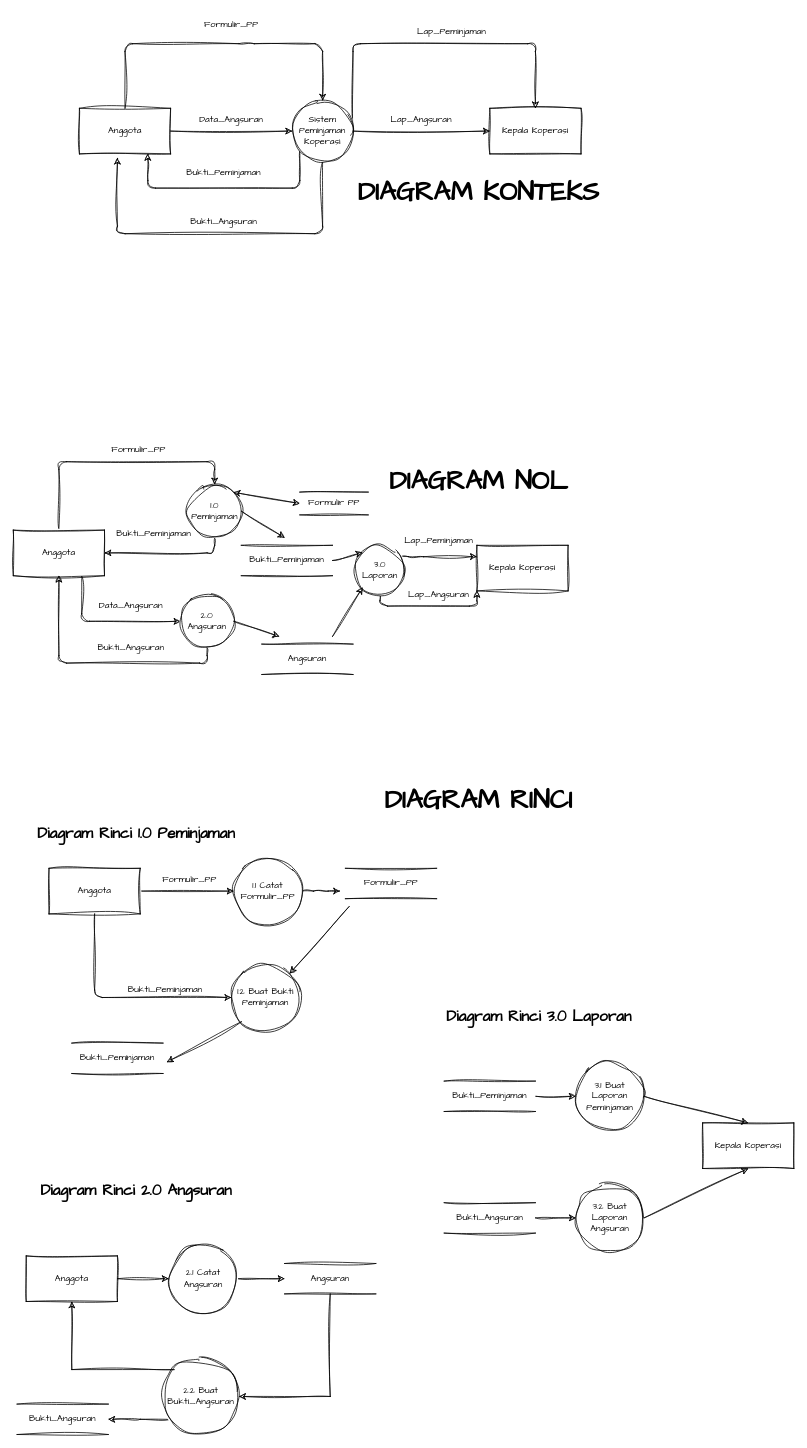
Earlier version of the draw.io diagram RPL_DFD_Prak2_231024.drawio (Suryzw/draw.io). Source tidied: cells renumbered, new cells numbered last; positions are measured from the earlier drawing's top-left corner, leaving out a move shared by most shapes. Both pictures are drawn from the tidied source at 76%, with x=0, y=0 at pixel (13, 13).
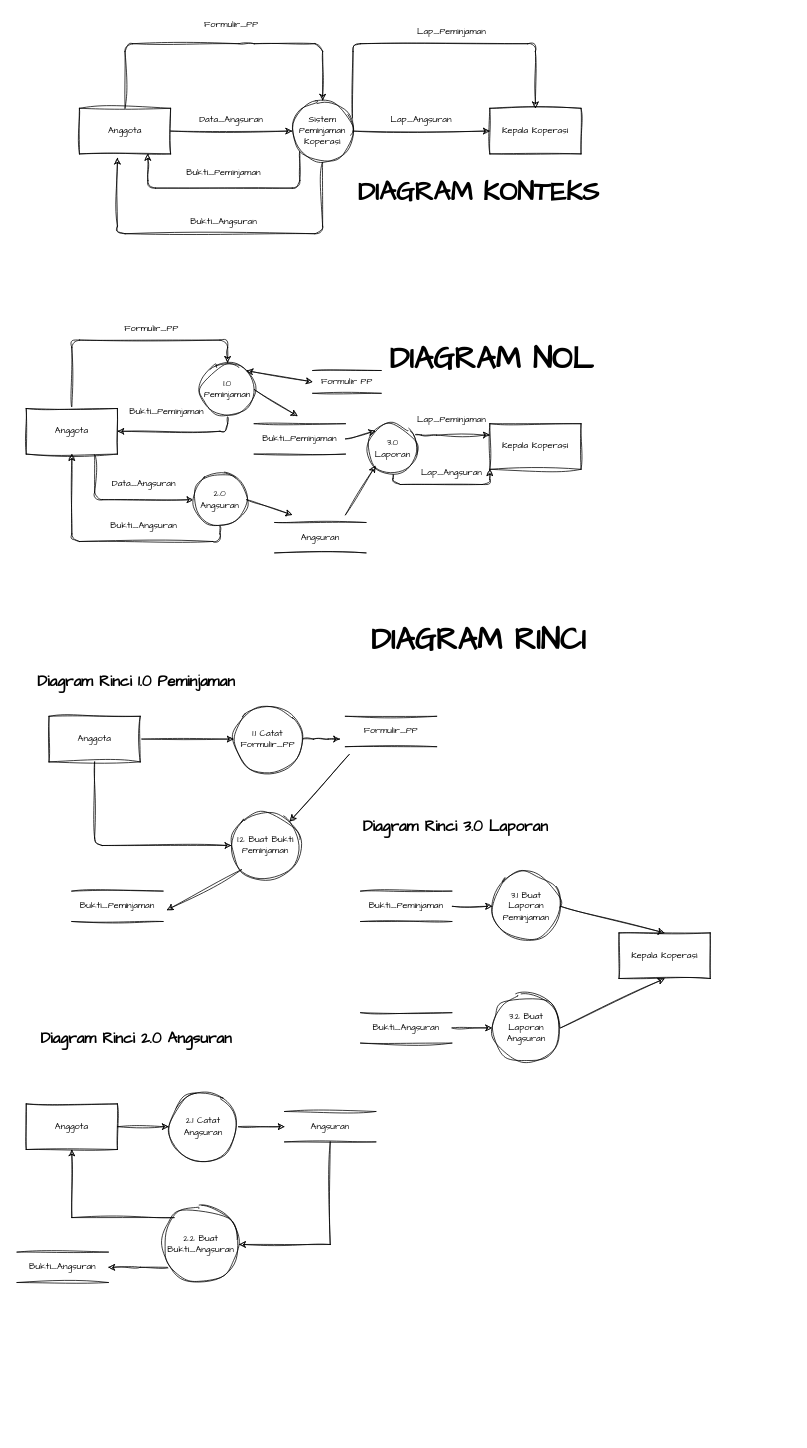
The same diagram, later.

Diff of the diagram source:
```diff
@@
     <mxCell id="17" style="edgeStyle=orthogonalEdgeStyle;rounded=1;sketch=1;hachureGap=4;jiggle=2;curveFitting=1;jettySize=auto;html=1;entryX=1;entryY=0.5;entryDx=0;entryDy=0;fontFamily=Architects Daughter;fontColor=default;labelBackgroundColor=none;" parent="1" edge="1" source="18" target="21">
       <mxGeometry relative="1" as="geometry">
         <Array as="points">
-          <mxPoint x="265" y="710" />
+          <mxPoint x="282" y="550" />
         </Array>
       </mxGeometry>
     </mxCell>
     <mxCell id="18" value="1.0 Peminjaman" style="ellipse;whiteSpace=wrap;html=1;rounded=1;sketch=1;hachureGap=4;jiggle=2;curveFitting=1;fontFamily=Architects Daughter;labelBackgroundColor=none;" parent="1" vertex="1">
-      <mxGeometry x="230" y="620" width="70" height="70" as="geometry" />
+      <mxGeometry x="247" y="460" width="70" height="70" as="geometry" />
     </mxCell>
     <mxCell id="19" style="edgeStyle=orthogonalEdgeStyle;rounded=1;sketch=1;hachureGap=4;jiggle=2;curveFitting=1;jettySize=auto;html=1;fontFamily=Architects Daughter;fontColor=default;entryX=0.5;entryY=0;entryDx=0;entryDy=0;labelBackgroundColor=none;" parent="1" edge="1" source="21" target="18">
       <mxGeometry relative="1" as="geometry">
         <Array as="points">
-          <mxPoint x="60" y="590" />
-          <mxPoint x="265" y="590" />
+          <mxPoint x="77" y="430" />
+          <mxPoint x="282" y="430" />
         </Array>
       </mxGeometry>
     </mxCell>
@@
     <mxCell id="21" value="Anggota" style="rounded=0;whiteSpace=wrap;html=1;sketch=1;hachureGap=4;jiggle=2;curveFitting=1;fontFamily=Architects Daughter;labelBackgroundColor=none;" parent="1" vertex="1">
-      <mxGeometry y="680" width="120" height="60" as="geometry" />
+      <mxGeometry x="17" y="520" width="120" height="60" as="geometry" />
     </mxCell>
     <mxCell id="22" value="Kepala Koperasi" style="rounded=0;whiteSpace=wrap;html=1;sketch=1;hachureGap=4;jiggle=2;curveFitting=1;fontFamily=Architects Daughter;labelBackgroundColor=none;" parent="1" vertex="1">
-      <mxGeometry x="610" y="700" width="120" height="60" as="geometry" />
+      <mxGeometry x="627" y="540" width="120" height="60" as="geometry" />
     </mxCell>
     <mxCell id="23" style="edgeStyle=orthogonalEdgeStyle;rounded=1;sketch=1;hachureGap=4;jiggle=2;curveFitting=1;jettySize=auto;html=1;entryX=0;entryY=0.25;entryDx=0;entryDy=0;fontFamily=Architects Daughter;fontColor=default;labelBackgroundColor=none;" parent="1" edge="1" source="25" target="22">
       <mxGeometry relative="1" as="geometry">
         <Array as="points">
-          <mxPoint x="530" y="715" />
-          <mxPoint x="530" y="715" />
+          <mxPoint x="547" y="555" />
+          <mxPoint x="547" y="555" />
         </Array>
       </mxGeometry>
     </mxCell>
     <mxCell id="24" style="edgeStyle=orthogonalEdgeStyle;rounded=1;sketch=1;hachureGap=4;jiggle=2;curveFitting=1;jettySize=auto;html=1;entryX=0;entryY=1;entryDx=0;entryDy=0;fontFamily=Architects Daughter;fontColor=default;labelBackgroundColor=none;" parent="1" edge="1" source="25" target="22">
       <mxGeometry relative="1" as="geometry">
         <Array as="points">
-          <mxPoint x="483" y="780" />
-          <mxPoint x="610" y="780" />
+          <mxPoint x="500" y="620" />
+          <mxPoint x="627" y="620" />
         </Array>
       </mxGeometry>
     </mxCell>
     <mxCell id="25" value="3.0 Laporan" style="ellipse;whiteSpace=wrap;html=1;rounded=1;sketch=1;hachureGap=4;jiggle=2;curveFitting=1;fontFamily=Architects Daughter;labelBackgroundColor=none;" parent="1" vertex="1">
-      <mxGeometry x="450" y="700" width="65" height="65" as="geometry" />
+      <mxGeometry x="467" y="540" width="65" height="65" as="geometry" />
     </mxCell>
     <mxCell id="26" value="2.0 Angsuran" style="ellipse;whiteSpace=wrap;html=1;rounded=1;sketch=1;hachureGap=4;jiggle=2;curveFitting=1;fontFamily=Architects Daughter;labelBackgroundColor=none;" parent="1" vertex="1">
-      <mxGeometry x="220" y="765" width="70" height="70" as="geometry" />
+      <mxGeometry x="237" y="605" width="70" height="70" as="geometry" />
     </mxCell>
@@
     <mxCell id="28" value="Bukti_Peminjaman" style="text;html=1;align=center;verticalAlign=middle;whiteSpace=wrap;rounded=0;fontFamily=Architects Daughter;labelBackgroundColor=none;" parent="1" vertex="1">
-      <mxGeometry x="155" y="670" width="60" height="30" as="geometry" />
+      <mxGeometry x="172" y="510" width="60" height="30" as="geometry" />
     </mxCell>
     <mxCell id="29" value="Formulir_PP" style="text;html=1;align=center;verticalAlign=middle;whiteSpace=wrap;rounded=0;fontFamily=Architects Daughter;labelBackgroundColor=none;" parent="1" vertex="1">
-      <mxGeometry x="120" y="560" width="90" height="30" as="geometry" />
+      <mxGeometry x="137" y="400" width="90" height="30" as="geometry" />
     </mxCell>
     <mxCell id="30" value="Bukti_Angsuran" style="text;html=1;align=center;verticalAlign=middle;whiteSpace=wrap;rounded=0;fontFamily=Architects Daughter;labelBackgroundColor=none;" parent="1" vertex="1">
-      <mxGeometry x="125" y="820" width="60" height="30" as="geometry" />
+      <mxGeometry x="142" y="660" width="60" height="30" as="geometry" />
     </mxCell>
     <mxCell id="31" value="Data_Angsuran" style="text;html=1;align=center;verticalAlign=middle;whiteSpace=wrap;rounded=0;fontFamily=Architects Daughter;labelBackgroundColor=none;" parent="1" vertex="1">
-      <mxGeometry x="125" y="765" width="60" height="30" as="geometry" />
+      <mxGeometry x="142" y="605" width="60" height="30" as="geometry" />
     </mxCell>
@@
     <mxCell id="33" style="endArrow=classic;html=1;rounded=1;sketch=1;hachureGap=4;jiggle=2;curveFitting=1;fontFamily=Architects Daughter;fontColor=default;exitX=1;exitY=0.5;exitDx=0;exitDy=0;labelBackgroundColor=none;" parent="1" edge="1" source="18">
       <mxGeometry relative="1" as="geometry">
-        <mxPoint x="357" y="690" as="targetPoint" />
+        <mxPoint x="374" y="530" as="targetPoint" />
       </mxGeometry>
     </mxCell>
     <mxCell id="34" style="edgeStyle=orthogonalEdgeStyle;rounded=1;sketch=1;hachureGap=4;jiggle=2;curveFitting=1;orthogonalLoop=1;jettySize=auto;html=1;exitX=0.5;exitY=1;exitDx=0;exitDy=0;fontFamily=Architects Daughter;fontColor=default;labelBackgroundColor=none;" parent="1" edge="1">
       <mxGeometry relative="1" as="geometry">
-        <mxPoint x="415" y="650" as="sourcePoint" />
-        <mxPoint x="415" y="650" as="targetPoint" />
+        <mxPoint x="432" y="490" as="sourcePoint" />
+        <mxPoint x="432" y="490" as="targetPoint" />
       </mxGeometry>
     </mxCell>
     <mxCell id="35" style="endArrow=classic;html=1;rounded=1;sketch=1;hachureGap=4;jiggle=2;curveFitting=1;fontFamily=Architects Daughter;fontColor=default;exitX=1;exitY=0.5;exitDx=0;exitDy=0;entryX=0;entryY=0.5;entryDx=0;entryDy=0;labelBackgroundColor=none;" parent="1" edge="1" source="26">
       <mxGeometry relative="1" as="geometry">
-        <mxPoint x="350" y="820" as="targetPoint" />
+        <mxPoint x="367" y="660" as="targetPoint" />
       </mxGeometry>
     </mxCell>
     <mxCell id="36" value="Lap_Peminjaman" style="text;html=1;align=center;verticalAlign=middle;whiteSpace=wrap;rounded=0;fontFamily=Architects Daughter;labelBackgroundColor=none;" parent="1" vertex="1">
-      <mxGeometry x="530" y="680" width="60" height="30" as="geometry" />
+      <mxGeometry x="547" y="520" width="60" height="30" as="geometry" />
     </mxCell>
     <mxCell id="37" value="Lap_Angsuran" style="text;html=1;align=center;verticalAlign=middle;whiteSpace=wrap;rounded=0;fontFamily=Architects Daughter;labelBackgroundColor=none;" parent="1" vertex="1">
-      <mxGeometry x="530" y="750" width="60" height="30" as="geometry" />
+      <mxGeometry x="547" y="590" width="60" height="30" as="geometry" />
     </mxCell>
     <mxCell id="38" style="endArrow=classic;html=1;rounded=1;sketch=1;hachureGap=4;jiggle=2;curveFitting=1;fontFamily=Architects Daughter;fontColor=default;exitX=1;exitY=0.5;exitDx=0;exitDy=0;entryX=0;entryY=1;entryDx=0;entryDy=0;labelBackgroundColor=none;" parent="1" edge="1" target="25">
       <mxGeometry relative="1" as="geometry">
-        <mxPoint x="420" y="820" as="sourcePoint" />
+        <mxPoint x="437" y="660" as="sourcePoint" />
       </mxGeometry>
     </mxCell>
-    <mxCell id="39" value="DIAGRAM NOL" style="text;html=1;align=center;verticalAlign=middle;whiteSpace=wrap;rounded=0;fontFamily=Architects Daughter;fontSize=35;fontStyle=1;labelBackgroundColor=none;" parent="1" vertex="1">
-      <mxGeometry x="430" y="600" width="365" height="30" as="geometry" />
+    <mxCell id="39" value="DIAGRAM NOL" style="text;html=1;align=center;verticalAlign=middle;whiteSpace=wrap;rounded=0;fontFamily=Architects Daughter;fontSize=40;fontStyle=1;labelBackgroundColor=none;" parent="1" vertex="1">
+      <mxGeometry x="447" y="440" width="365" height="30" as="geometry" />
     </mxCell>
@@
-    <mxCell id="42" value="DIAGRAM RINCI" style="text;html=1;align=center;verticalAlign=middle;whiteSpace=wrap;rounded=0;fontFamily=Architects Daughter;fontSize=35;fontStyle=1;labelBackgroundColor=none;" parent="1" vertex="1">
-      <mxGeometry x="430" y="1020" width="365" height="30" as="geometry" />
+    <mxCell id="42" value="DIAGRAM RINCI" style="text;html=1;align=center;verticalAlign=middle;whiteSpace=wrap;rounded=0;fontFamily=Architects Daughter;fontSize=40;fontStyle=1;labelBackgroundColor=none;" parent="1" vertex="1">
+      <mxGeometry x="430" y="810" width="365" height="30" as="geometry" />
     </mxCell>
     <mxCell id="43" style="edgeStyle=orthogonalEdgeStyle;rounded=1;sketch=1;hachureGap=4;jiggle=2;curveFitting=1;jettySize=auto;html=1;entryX=0;entryY=0.5;entryDx=0;entryDy=0;fontFamily=Architects Daughter;fontColor=default;labelBackgroundColor=none;" parent="1" edge="1" source="44">
       <mxGeometry relative="1" as="geometry">
-        <mxPoint x="430" y="1155" as="targetPoint" />
+        <mxPoint x="430" y="955" as="targetPoint" />
       </mxGeometry>
     </mxCell>
     <mxCell id="44" value="1.1 Catat Formulir_PP" style="ellipse;whiteSpace=wrap;html=1;rounded=1;sketch=1;hachureGap=4;jiggle=2;curveFitting=1;fontFamily=Architects Daughter;labelBackgroundColor=none;" parent="1" vertex="1">
-      <mxGeometry x="290" y="1110" width="90" height="90" as="geometry" />
+      <mxGeometry x="290" y="910" width="90" height="90" as="geometry" />
     </mxCell>
     <mxCell id="45" value="1.2 Buat Bukti&lt;div&gt;Peminjaman&lt;/div&gt;" style="ellipse;whiteSpace=wrap;html=1;rounded=1;sketch=1;hachureGap=4;jiggle=2;curveFitting=1;fontFamily=Architects Daughter;labelBackgroundColor=none;" parent="1" vertex="1">
-      <mxGeometry x="287" y="1250" width="90" height="90" as="geometry" />
+      <mxGeometry x="287" y="1050" width="90" height="90" as="geometry" />
     </mxCell>
@@
     <mxCell id="47" style="edgeStyle=orthogonalEdgeStyle;rounded=1;sketch=1;hachureGap=4;jiggle=2;curveFitting=1;jettySize=auto;html=1;entryX=0;entryY=0.5;entryDx=0;entryDy=0;fontFamily=Architects Daughter;fontColor=default;labelBackgroundColor=none;" parent="1" edge="1" source="48" target="45">
       <mxGeometry relative="1" as="geometry">
         <Array as="points">
-          <mxPoint x="107" y="1295" />
+          <mxPoint x="107" y="1095" />
         </Array>
       </mxGeometry>
     </mxCell>
     <mxCell id="48" value="Anggota" style="rounded=0;whiteSpace=wrap;html=1;sketch=1;hachureGap=4;jiggle=2;curveFitting=1;fontFamily=Architects Daughter;labelBackgroundColor=none;" parent="1" vertex="1">
-      <mxGeometry x="47" y="1125" width="120" height="60" as="geometry" />
+      <mxGeometry x="47" y="925" width="120" height="60" as="geometry" />
     </mxCell>
-    <mxCell id="49" value="Formulir_PP" style="text;html=1;align=center;verticalAlign=middle;whiteSpace=wrap;rounded=0;fontFamily=Architects Daughter;labelBackgroundColor=none;" parent="1" vertex="1">
-      <mxGeometry x="187" y="1125" width="90" height="30" as="geometry" />
-    </mxCell>
-    <mxCell id="50" value="Bukti_Peminjaman" style="text;html=1;align=center;verticalAlign=middle;whiteSpace=wrap;rounded=0;fontFamily=Architects Daughter;labelBackgroundColor=none;" parent="1" vertex="1">
-      <mxGeometry x="170" y="1270" width="60" height="30" as="geometry" />
-    </mxCell>
     <mxCell id="51" style="endArrow=classic;html=1;rounded=1;sketch=1;hachureGap=4;jiggle=2;curveFitting=1;fontFamily=Architects Daughter;fontColor=default;exitX=0.15;exitY=0.95;exitDx=0;exitDy=0;exitPerimeter=0;entryX=1;entryY=0;entryDx=0;entryDy=0;labelBackgroundColor=none;" parent="1" edge="1" target="45">
       <mxGeometry relative="1" as="geometry">
-        <mxPoint x="442" y="1175.2" as="sourcePoint" />
+        <mxPoint x="442" y="975.2" as="sourcePoint" />
       </mxGeometry>
     </mxCell>
     <mxCell id="52" style="endArrow=classic;html=1;rounded=1;sketch=1;hachureGap=4;jiggle=2;curveFitting=1;fontFamily=Architects Daughter;fontColor=default;exitX=0;exitY=1;exitDx=0;exitDy=0;entryX=1;entryY=0.5;entryDx=0;entryDy=0;labelBackgroundColor=none;" parent="1" edge="1" source="45">
       <mxGeometry relative="1" as="geometry">
-        <mxPoint x="202" y="1380" as="targetPoint" />
+        <mxPoint x="202" y="1180" as="targetPoint" />
       </mxGeometry>
     </mxCell>
     <mxCell id="53" value="Formulir PP" style="shape=partialRectangle;whiteSpace=wrap;html=1;left=0;right=0;sketch=1;hachureGap=4;jiggle=2;curveFitting=1;fontFamily=Architects Daughter;rounded=0;align=center;verticalAlign=middle;fontSize=12;labelBackgroundColor=none;" parent="1" vertex="1">
-      <mxGeometry x="377" y="630" width="90" height="30" as="geometry" />
+      <mxGeometry x="394" y="470" width="90" height="30" as="geometry" />
     </mxCell>
     <mxCell id="54" value="Bukti_Peminjaman" style="shape=partialRectangle;whiteSpace=wrap;html=1;left=0;right=0;sketch=1;hachureGap=4;jiggle=2;curveFitting=1;fontFamily=Architects Daughter;rounded=0;align=center;verticalAlign=middle;fontSize=12;labelBackgroundColor=none;" parent="1" vertex="1">
-      <mxGeometry x="300" y="700" width="120" height="40" as="geometry" />
+      <mxGeometry x="317" y="540" width="120" height="40" as="geometry" />
     </mxCell>
     <mxCell id="55" value="Angsuran" style="shape=partialRectangle;whiteSpace=wrap;html=1;left=0;right=0;sketch=1;hachureGap=4;jiggle=2;curveFitting=1;fontFamily=Architects Daughter;rounded=0;align=center;verticalAlign=middle;fontSize=12;labelBackgroundColor=none;" parent="1" vertex="1">
-      <mxGeometry x="327" y="830" width="120" height="40" as="geometry" />
+      <mxGeometry x="344" y="670" width="120" height="40" as="geometry" />
     </mxCell>
     <mxCell id="56" value="Formulir_PP" style="shape=partialRectangle;whiteSpace=wrap;html=1;left=0;right=0;sketch=1;hachureGap=4;jiggle=2;curveFitting=1;fontFamily=Architects Daughter;rounded=0;align=center;verticalAlign=middle;fontSize=12;labelBackgroundColor=none;" parent="1" vertex="1">
-      <mxGeometry x="437" y="1125" width="120" height="40" as="geometry" />
+      <mxGeometry x="437" y="925" width="120" height="40" as="geometry" />
     </mxCell>
     <mxCell id="57" value="Bukti_Peminjaman" style="shape=partialRectangle;whiteSpace=wrap;html=1;left=0;right=0;sketch=1;hachureGap=4;jiggle=2;curveFitting=1;fontFamily=Architects Daughter;rounded=0;align=center;verticalAlign=middle;fontSize=12;labelBackgroundColor=none;" parent="1" vertex="1">
-      <mxGeometry x="77" y="1355" width="120" height="40" as="geometry" />
+      <mxGeometry x="77" y="1155" width="120" height="40" as="geometry" />
     </mxCell>
     <mxCell id="58" value="&lt;font style=&quot;font-size: 20px;&quot;&gt;Diagram Rinci 2.0 Angsuran&lt;/font&gt;" style="text;html=1;align=center;verticalAlign=middle;whiteSpace=wrap;rounded=0;fontFamily=Architects Daughter;fontSize=35;fontStyle=1;labelBackgroundColor=none;" parent="1" vertex="1">
-      <mxGeometry x="27" y="1530" width="270" height="30" as="geometry" />
+      <mxGeometry x="27" y="1330" width="270" height="30" as="geometry" />
     </mxCell>
@@
     <mxCell id="60" value="2.1 Catat Angsuran" style="ellipse;whiteSpace=wrap;html=1;rounded=1;sketch=1;hachureGap=4;jiggle=2;curveFitting=1;fontFamily=Architects Daughter;labelBackgroundColor=none;" parent="1" vertex="1">
-      <mxGeometry x="204.5" y="1620" width="90" height="90" as="geometry" />
+      <mxGeometry x="204.5" y="1420" width="90" height="90" as="geometry" />
     </mxCell>
     <mxCell id="61" style="edgeStyle=orthogonalEdgeStyle;rounded=0;sketch=1;hachureGap=4;jiggle=2;curveFitting=1;jettySize=auto;html=1;fontFamily=Architects Daughter;" parent="1" edge="1" source="62" target="67">
       <mxGeometry relative="1" as="geometry">
         <Array as="points">
-          <mxPoint x="167" y="1850" />
-          <mxPoint x="167" y="1850" />
+          <mxPoint x="167" y="1650" />
+          <mxPoint x="167" y="1650" />
         </Array>
       </mxGeometry>
     </mxCell>
     <mxCell id="62" value="2.2 Buat Bukti_Angsuran" style="ellipse;whiteSpace=wrap;html=1;rounded=1;sketch=1;hachureGap=4;jiggle=2;curveFitting=1;fontFamily=Architects Daughter;labelBackgroundColor=none;" parent="1" vertex="1">
-      <mxGeometry x="197" y="1770" width="100" height="100" as="geometry" />
+      <mxGeometry x="197" y="1570" width="100" height="100" as="geometry" />
     </mxCell>
@@
     <mxCell id="64" value="Anggota" style="rounded=0;whiteSpace=wrap;html=1;sketch=1;hachureGap=4;jiggle=2;curveFitting=1;fontFamily=Architects Daughter;labelBackgroundColor=none;" parent="1" vertex="1">
-      <mxGeometry x="17" y="1635" width="120" height="60" as="geometry" />
+      <mxGeometry x="17" y="1435" width="120" height="60" as="geometry" />
     </mxCell>
     <mxCell id="65" style="edgeStyle=orthogonalEdgeStyle;rounded=0;sketch=1;hachureGap=4;jiggle=2;curveFitting=1;jettySize=auto;html=1;fontFamily=Architects Daughter;fontColor=default;exitX=0.5;exitY=1;exitDx=0;exitDy=0;labelBackgroundColor=none;" parent="1" edge="1" source="66">
       <mxGeometry relative="1" as="geometry">
-        <mxPoint x="297" y="1820" as="targetPoint" />
+        <mxPoint x="297" y="1620" as="targetPoint" />
         <Array as="points">
-          <mxPoint x="417" y="1820" />
+          <mxPoint x="417" y="1620" />
         </Array>
       </mxGeometry>
     </mxCell>
     <mxCell id="66" value="Angsuran" style="shape=partialRectangle;whiteSpace=wrap;html=1;left=0;right=0;sketch=1;hachureGap=4;jiggle=2;curveFitting=1;fontFamily=Architects Daughter;rounded=0;align=center;verticalAlign=middle;fontSize=12;labelBackgroundColor=none;" parent="1" vertex="1">
-      <mxGeometry x="357" y="1645" width="120" height="40" as="geometry" />
+      <mxGeometry x="357" y="1445" width="120" height="40" as="geometry" />
     </mxCell>
     <mxCell id="67" value="Bukti_Angsuran" style="shape=partialRectangle;whiteSpace=wrap;html=1;left=0;right=0;sketch=1;hachureGap=4;jiggle=2;curveFitting=1;fontFamily=Architects Daughter;rounded=0;align=center;verticalAlign=middle;fontSize=12;labelBackgroundColor=none;" parent="1" vertex="1">
-      <mxGeometry x="5" y="1830" width="120" height="40" as="geometry" />
+      <mxGeometry x="5" y="1630" width="120" height="40" as="geometry" />
     </mxCell>
     <mxCell id="68" style="edgeStyle=orthogonalEdgeStyle;rounded=0;sketch=1;hachureGap=4;jiggle=2;curveFitting=1;jettySize=auto;html=1;exitX=0;exitY=0;exitDx=0;exitDy=0;entryX=0.5;entryY=1;entryDx=0;entryDy=0;fontFamily=Architects Daughter;" parent="1" edge="1" source="62" target="64">
       <mxGeometry relative="1" as="geometry">
         <Array as="points">
-          <mxPoint x="77" y="1785" />
+          <mxPoint x="77" y="1585" />
         </Array>
       </mxGeometry>
     </mxCell>
     <mxCell id="69" value="&lt;font style=&quot;font-size: 20px;&quot;&gt;Diagram Rinci 3.0 Laporan&lt;/font&gt;" style="text;html=1;align=center;verticalAlign=middle;whiteSpace=wrap;rounded=0;fontFamily=Architects Daughter;fontSize=35;fontStyle=1;labelBackgroundColor=none;" parent="1" vertex="1">
-      <mxGeometry x="557" y="1300" width="270" height="30" as="geometry" />
+      <mxGeometry x="447" y="1050" width="270" height="30" as="geometry" />
     </mxCell>
     <mxCell id="70" value="3.1 Buat Laporan Peminjaman" style="ellipse;whiteSpace=wrap;html=1;rounded=1;sketch=1;hachureGap=4;jiggle=2;curveFitting=1;fontFamily=Architects Daughter;labelBackgroundColor=none;" parent="1" vertex="1">
-      <mxGeometry x="740" y="1380" width="90" height="90" as="geometry" />
+      <mxGeometry x="630" y="1130" width="90" height="90" as="geometry" />
     </mxCell>
     <mxCell id="71" value="&lt;font style=&quot;font-size: 20px;&quot;&gt;Diagram Rinci 1.0 Peminjaman&lt;/font&gt;" style="text;html=1;align=center;verticalAlign=middle;whiteSpace=wrap;rounded=0;fontFamily=Architects Daughter;fontSize=35;fontStyle=1;labelBackgroundColor=none;" parent="1" vertex="1">
-      <mxGeometry x="27" y="1060" width="270" height="30" as="geometry" />
+      <mxGeometry x="27" y="860" width="270" height="30" as="geometry" />
     </mxCell>
@@
     <mxCell id="73" value="Bukti_Peminjaman" style="shape=partialRectangle;whiteSpace=wrap;html=1;left=0;right=0;sketch=1;hachureGap=4;jiggle=2;curveFitting=1;fontFamily=Architects Daughter;rounded=0;align=center;verticalAlign=middle;fontSize=12;labelBackgroundColor=none;" parent="1" vertex="1">
-      <mxGeometry x="567" y="1405" width="120" height="40" as="geometry" />
+      <mxGeometry x="457" y="1155" width="120" height="40" as="geometry" />
     </mxCell>
@@
     <mxCell id="75" value="Bukti_Angsuran" style="shape=partialRectangle;whiteSpace=wrap;html=1;left=0;right=0;sketch=1;hachureGap=4;jiggle=2;curveFitting=1;fontFamily=Architects Daughter;rounded=0;align=center;verticalAlign=middle;fontSize=12;labelBackgroundColor=none;" parent="1" vertex="1">
-      <mxGeometry x="567" y="1565" width="120" height="40" as="geometry" />
+      <mxGeometry x="457" y="1315" width="120" height="40" as="geometry" />
     </mxCell>
     <mxCell id="76" value="3.2 Buat Laporan Angsuran" style="ellipse;whiteSpace=wrap;html=1;rounded=1;sketch=1;hachureGap=4;jiggle=2;curveFitting=1;fontFamily=Architects Daughter;labelBackgroundColor=none;" parent="1" vertex="1">
-      <mxGeometry x="740" y="1540" width="90" height="90" as="geometry" />
+      <mxGeometry x="630" y="1290" width="90" height="90" as="geometry" />
     </mxCell>
     <mxCell id="77" value="Kepala Koperasi" style="rounded=0;whiteSpace=wrap;html=1;sketch=1;hachureGap=4;jiggle=2;curveFitting=1;fontFamily=Architects Daughter;labelBackgroundColor=none;" parent="1" vertex="1">
-      <mxGeometry x="907" y="1460" width="120" height="60" as="geometry" />
+      <mxGeometry x="797" y="1210" width="120" height="60" as="geometry" />
     </mxCell>
```
